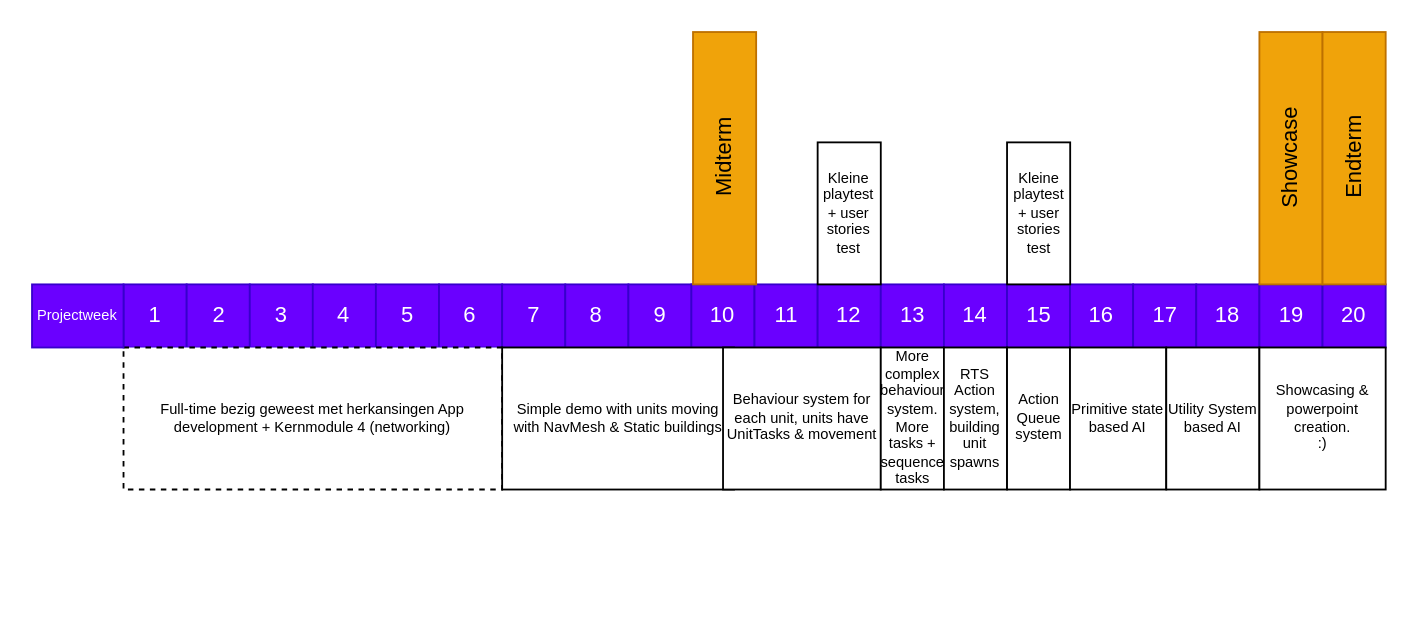
The draw.io diagram Assets/Diagrams/Timeline.drawio in jdderks/DevAndConq-RTS, before the edit. Source tidied: cells renumbered, new cells numbered last; positions are measured from the earlier drawing's top-left corner, leaving out a move shared by most shapes. Both pictures are drawn from the tidied source at 183%, with x=0, y=0 at pixel (31, 31).
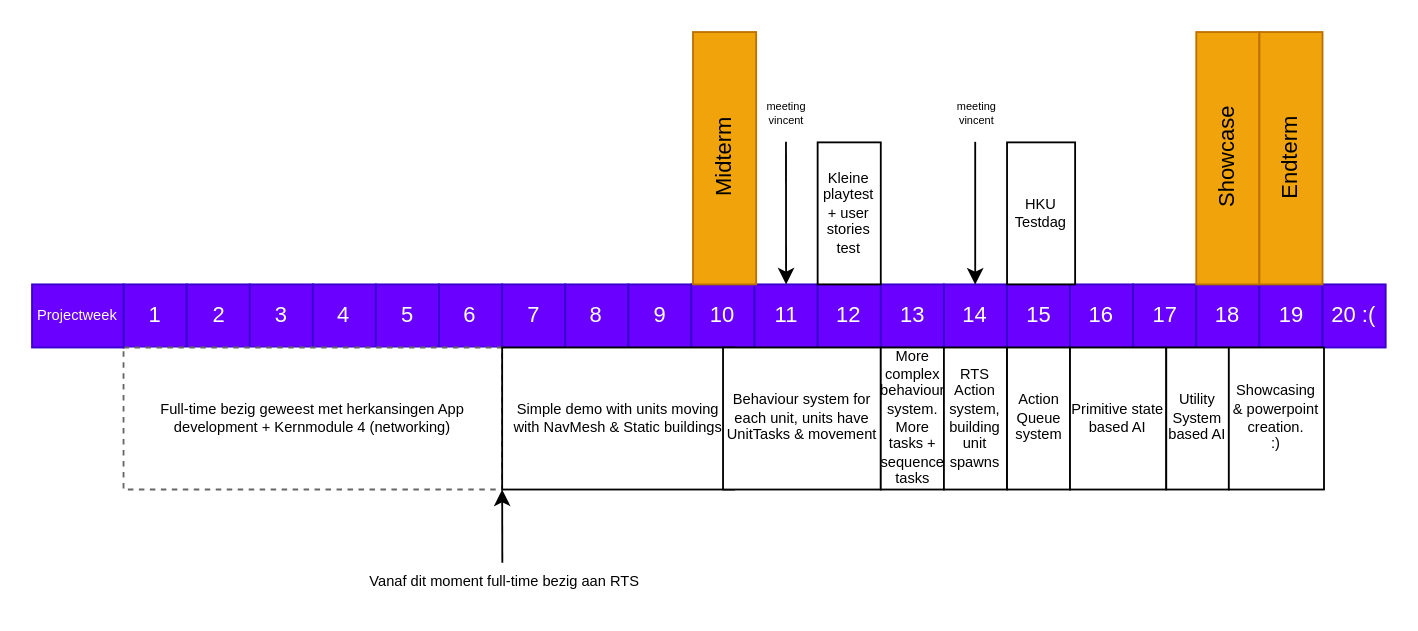
Above is the later version.

The change refers to these unchanged cells:
```xml
<mxCell id="12" value="11" style="rounded=0;whiteSpace=wrap;html=1;fillColor=#6a00ff;strokeColor=#3700CC;fontColor=#ffffff;" parent="1" vertex="1">
  <mxGeometry x="394.8" y="137.9" width="34.5" height="34.5" as="geometry" />
</mxCell>
<mxCell id="23" value="Simple demo with units moving with NavMesh &amp;amp; Static buildings" style="rounded=0;whiteSpace=wrap;html=1;fontSize=8;" parent="1" vertex="1">
  <mxGeometry x="256.9" y="172.4" width="126.7" height="77.6" as="geometry" />
</mxCell>
```

What changed in the source:
```diff
@@
-    <mxCell id="21" value="20" style="rounded=0;whiteSpace=wrap;html=1;fillColor=#6a00ff;strokeColor=#3700CC;fontColor=#ffffff;" parent="1" vertex="1">
+    <mxCell id="21" value="20 :(" style="rounded=0;whiteSpace=wrap;html=1;fillColor=#6a00ff;strokeColor=#3700CC;fontColor=#ffffff;" parent="1" vertex="1">
       <mxGeometry x="705.2" y="137.9" width="34.5" height="34.5" as="geometry" />
     </mxCell>
-    <mxCell id="22" value="Full-time bezig geweest met herkansingen App development + Kernmodule 4 (networking)" style="rounded=0;whiteSpace=wrap;html=1;fontSize=8;dashed=1;" parent="1" vertex="1">
+    <mxCell id="22" value="Full-time bezig geweest met herkansingen App development + Kernmodule 4 (networking)" style="rounded=0;whiteSpace=wrap;html=1;fontSize=8;dashed=1;strokeColor=#666666;" parent="1" vertex="1">
       <mxGeometry x="50" y="172.4" width="206.9" height="77.6" as="geometry" />
     </mxCell>
@@
     <mxCell id="25" value="Showcase" style="rounded=0;whiteSpace=wrap;html=1;horizontal=0;fillColor=#f0a30a;fontColor=#000000;strokeColor=#BD7000;" parent="1" vertex="1">
-      <mxGeometry x="670.7" width="34.5" height="137.9" as="geometry" />
+      <mxGeometry x="636.2" width="34.5" height="137.9" as="geometry" />
     </mxCell>
     <mxCell id="26" value="Endterm" style="rounded=0;whiteSpace=wrap;html=1;horizontal=0;fillColor=#f0a30a;fontColor=#000000;strokeColor=#BD7000;" parent="1" vertex="1">
-      <mxGeometry x="705.2" width="34.5" height="137.9" as="geometry" />
+      <mxGeometry x="670.7" width="34.5" height="137.9" as="geometry" />
     </mxCell>
@@
     <mxCell id="32" value="Utility System based AI" style="rounded=0;whiteSpace=wrap;html=1;fontSize=8;" parent="1" vertex="1">
-      <mxGeometry x="619.8" y="172.4" width="50.9" height="77.6" as="geometry" />
+      <mxGeometry x="619.8" y="172.4" width="34.2" height="77.6" as="geometry" />
     </mxCell>
     <mxCell id="33" value="Showcasing &amp;amp; powerpoint creation.&lt;br&gt;:)" style="rounded=0;whiteSpace=wrap;html=1;fontSize=8;" parent="1" vertex="1">
-      <mxGeometry x="670.7" y="172.4" width="69" height="77.6" as="geometry" />
+      <mxGeometry x="654" y="172.4" width="52" height="77.6" as="geometry" />
     </mxCell>
@@
-    <mxCell id="35" value="Kleine playtest + user stories test" style="rounded=0;whiteSpace=wrap;html=1;fontSize=8;" parent="1" vertex="1">
-      <mxGeometry x="532.8" y="60.3" width="34.5" height="77.6" as="geometry" />
+    <mxCell id="35" value="HKU Testdag" style="rounded=0;whiteSpace=wrap;html=1;fontSize=8;" parent="1" vertex="1">
+      <mxGeometry x="532.8" y="60.3" width="37.2" height="77.6" as="geometry" />
     </mxCell>
@@
+    <mxCell id="37" style="endArrow=classic;html=1;rounded=0;entryX=0;entryY=1;entryDx=0;entryDy=0;" parent="1" edge="1" target="23">
+      <mxGeometry relative="1" as="geometry">
+        <mxPoint x="257" y="290" as="sourcePoint" />
+      </mxGeometry>
+    </mxCell>
+    <mxCell id="38" value="Vanaf dit moment full-time bezig aan RTS" style="text;html=1;align=center;verticalAlign=middle;strokeColor=none;fillColor=none;fontSize=8;" parent="1" vertex="1">
+      <mxGeometry x="172.9" y="290" width="170" height="20" as="geometry" />
+    </mxCell>
+    <mxCell id="39" style="endArrow=classic;html=1;rounded=0;entryX=0.5;entryY=0;entryDx=0;entryDy=0;" parent="1" edge="1" target="12">
+      <mxGeometry relative="1" as="geometry">
+        <mxPoint x="412" y="60" as="sourcePoint" />
+      </mxGeometry>
+    </mxCell>
+    <mxCell id="40" value="meeting &lt;br style=&quot;font-size: 6px;&quot;&gt;vincent" style="text;html=1;align=center;verticalAlign=middle;strokeColor=none;fillColor=none;fontSize=6;" parent="1" vertex="1">
+      <mxGeometry x="392.1" y="30.3" width="40" height="30" as="geometry" />
+    </mxCell>
+    <mxCell id="41" style="endArrow=classic;html=1;rounded=0;entryX=0.5;entryY=0;entryDx=0;entryDy=0;" parent="1" edge="1">
+      <mxGeometry relative="1" as="geometry">
+        <mxPoint x="515.4" y="60" as="sourcePoint" />
+        <mxPoint x="515.4" y="138" as="targetPoint" />
+      </mxGeometry>
+    </mxCell>
+    <mxCell id="42" value="meeting &lt;br style=&quot;font-size: 6px;&quot;&gt;vincent" style="text;html=1;align=center;verticalAlign=middle;strokeColor=none;fillColor=none;fontSize=6;" parent="1" vertex="1">
+      <mxGeometry x="495.5" y="30.3" width="40" height="30" as="geometry" />
+    </mxCell>
```
